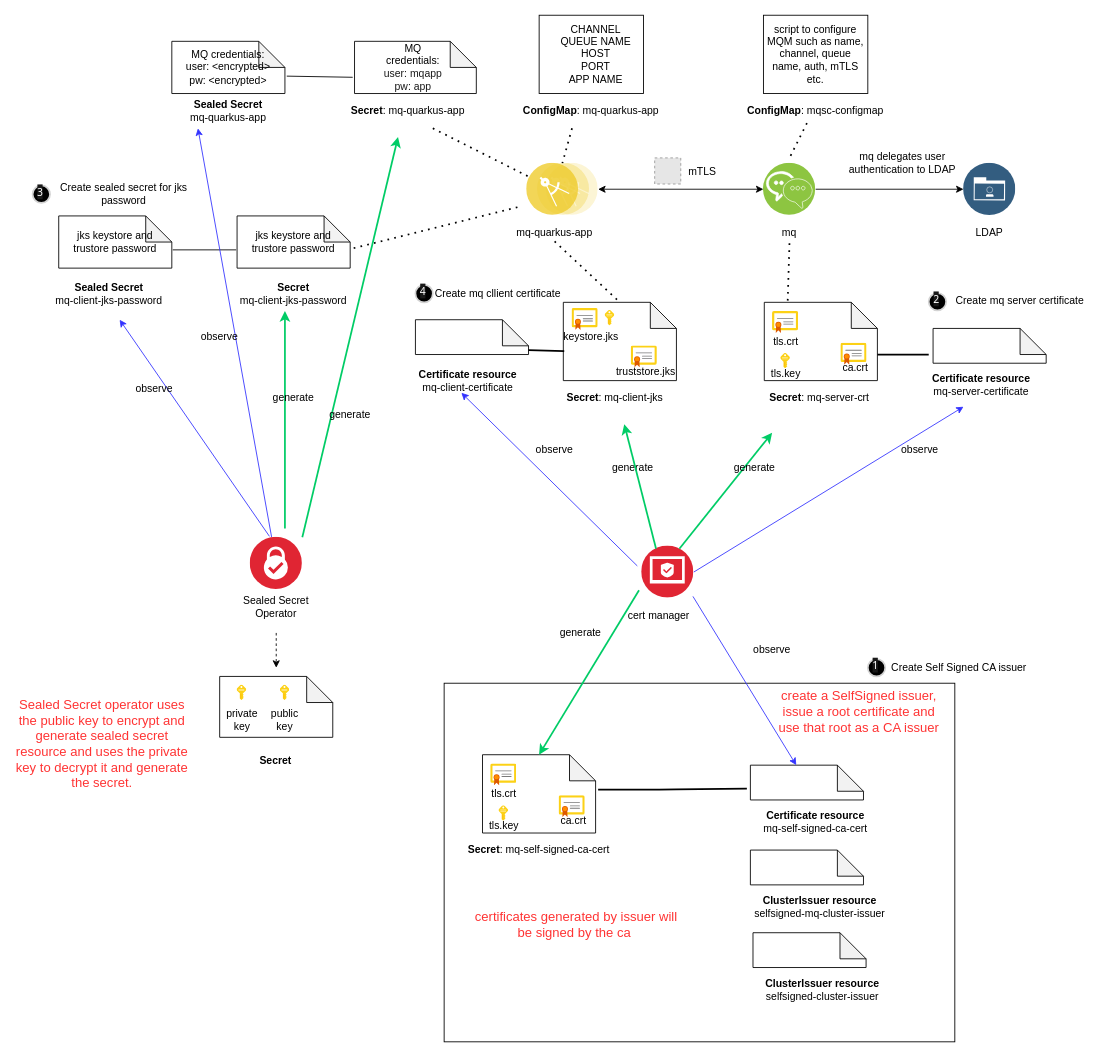
This is architecture/mq app architecture.drawio from cloud-native-toolkit/mq-quarkus-app, a draw.io file, before an edit. Source tidied: cells renumbered, new cells numbered last; positions are measured from the earlier drawing's top-left corner, leaving out a move shared by most shapes. Both pictures are drawn from the tidied source at 87%, with x=0, y=0 at pixel (15, 15). Pictures stored in the file or linked from it are replaced by grey dashed boxes.
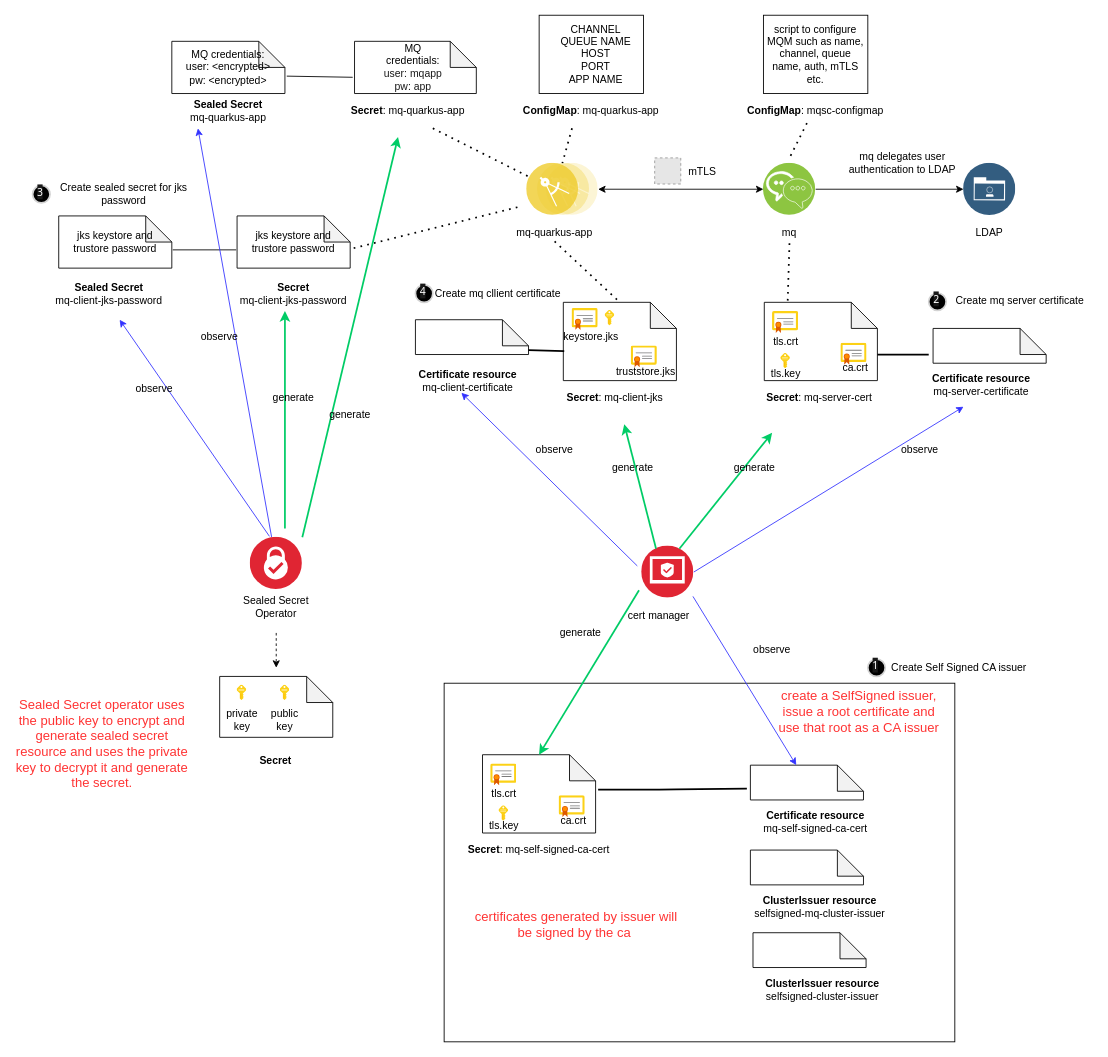
After the change.

Unchanged cells that the change refers to:
```xml
<mxCell id="41" style="group;" parent="1" vertex="1">
  <mxGeometry x="853.9" y="330" width="141.1" height="120" as="geometry" />
</mxCell>
```

Change to the diagram source:
```diff
@@
-    <mxCell id="42" value="&lt;b&gt;Secret&lt;/b&gt;: mq-server-crt" style="text;html=1;strokeColor=none;fillColor=none;align=center;verticalAlign=middle;whiteSpace=wrap;rounded=0;" parent="41" vertex="1">
+    <mxCell id="42" value="&lt;b&gt;Secret&lt;/b&gt;: mq-server-cert" style="text;html=1;strokeColor=none;fillColor=none;align=center;verticalAlign=middle;whiteSpace=wrap;rounded=0;" parent="41" vertex="1">
       <mxGeometry y="100" width="141.1" height="20" as="geometry" />
     </mxCell>
```
